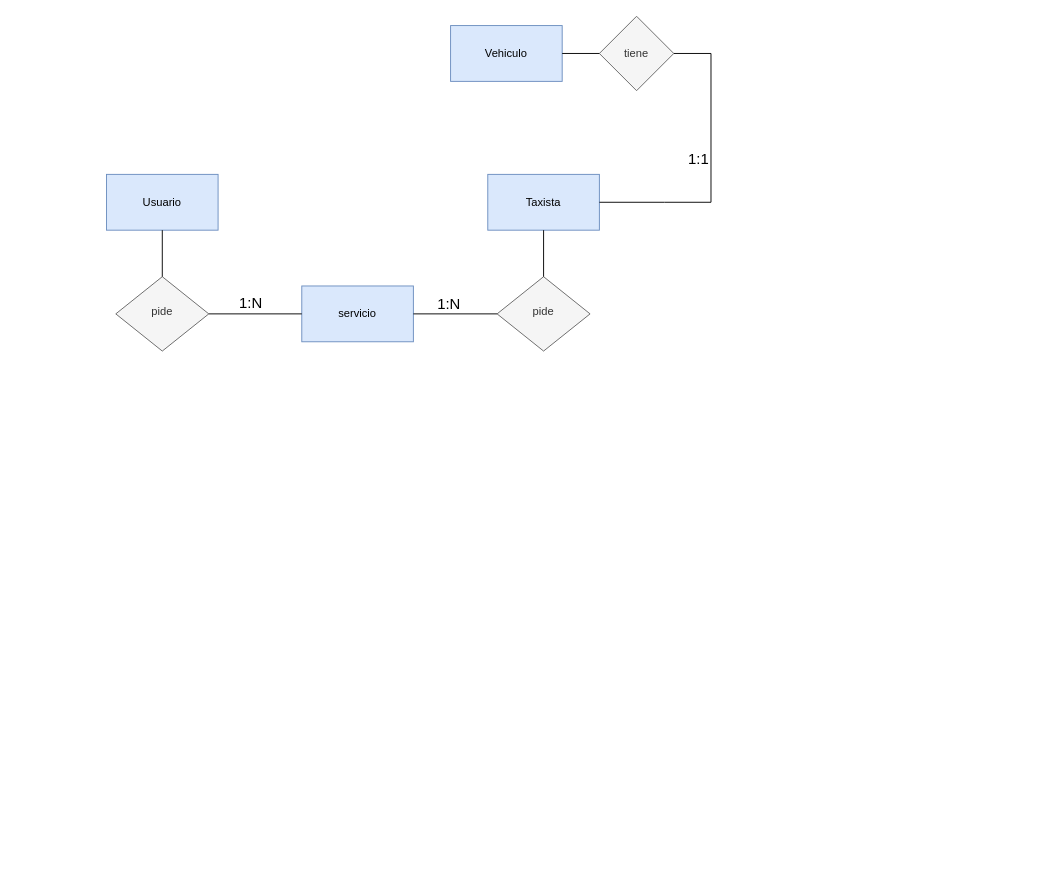
Above: DiagramaBDTaxi.drawio in DavidOrtiz27/proyectosBasicos (draw.io), before the change. Source tidied: cells renumbered, new cells numbered last; positions are measured from the earlier drawing's top-left corner, leaving out a move shared by most shapes. Both pictures are drawn from the tidied source at 93%, with x=0, y=0 at pixel (106, 16).
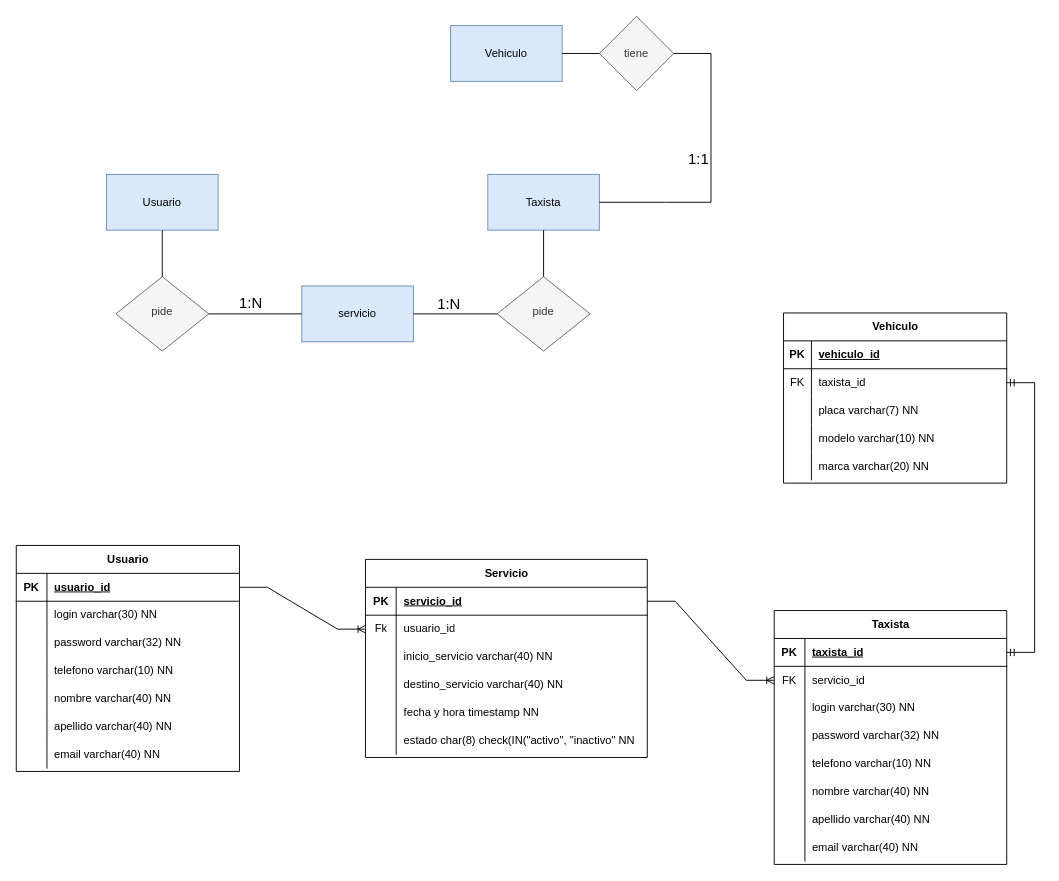
The same page after the edit.

What changed in the source:
```diff
@@
+    <mxCell id="18" value="Usuario" style="shape=table;startSize=30;childLayout=tableLayout;rowLines=0;fontStyle=1;align=center;html=1;" parent="1" vertex="1">
+      <mxGeometry x="-97" y="569" width="240" height="243" as="geometry" />
+    </mxCell>
+    <mxCell id="19" style="shape=tableRow;horizontal=0;startSize=0;swimlaneHead=0;swimlaneBody=0;fillColor=none;points=[[0,0.5],[1,0.5]];portConstraint=eastwest;top=0;left=0;right=0;bottom=1;" parent="18" vertex="1">
+      <mxGeometry y="30" width="240" height="30" as="geometry" />
+    </mxCell>
+    <mxCell id="20" value="PK" style="shape=partialRectangle;fillColor=none;top=0;left=0;bottom=0;right=0;fontStyle=1;overflow=hidden;whiteSpace=wrap;html=1;" parent="19" vertex="1">
+      <mxGeometry width="33" height="30" as="geometry" />
+    </mxCell>
+    <mxCell id="21" value="usuario_id" style="shape=partialRectangle;fillColor=none;top=0;left=0;bottom=0;right=0;align=left;spacingLeft=6;fontStyle=5;overflow=hidden;whiteSpace=wrap;html=1;" parent="19" vertex="1">
+      <mxGeometry x="33" width="207" height="30" as="geometry" />
+    </mxCell>
+    <mxCell id="22" style="shape=tableRow;horizontal=0;startSize=0;swimlaneHead=0;swimlaneBody=0;fillColor=none;top=0;left=0;right=0;bottom=0;" parent="18" vertex="1">
+      <mxGeometry y="60" width="240" height="30" as="geometry" />
+    </mxCell>
+    <mxCell id="23" style="shape=partialRectangle;fillColor=none;top=0;left=0;bottom=0;right=0;overflow=hidden;whiteSpace=wrap;html=1;" parent="22" vertex="1">
+      <mxGeometry width="33" height="30" as="geometry" />
+    </mxCell>
+    <mxCell id="24" value="login varchar(30) NN" style="shape=partialRectangle;fillColor=none;top=0;left=0;bottom=0;right=0;align=left;spacingLeft=6;overflow=hidden;whiteSpace=wrap;html=1;" parent="22" vertex="1">
+      <mxGeometry x="33" width="207" height="30" as="geometry" />
+    </mxCell>
+    <mxCell id="25" style="shape=tableRow;horizontal=0;startSize=0;swimlaneHead=0;swimlaneBody=0;fillColor=none;top=0;left=0;right=0;bottom=0;" parent="18" vertex="1">
+      <mxGeometry y="90" width="240" height="30" as="geometry" />
+    </mxCell>
+    <mxCell id="26" style="shape=partialRectangle;fillColor=none;top=0;left=0;bottom=0;right=0;overflow=hidden;whiteSpace=wrap;html=1;" parent="25" vertex="1">
+      <mxGeometry width="33" height="30" as="geometry" />
+    </mxCell>
+    <mxCell id="27" value="password varchar(32) NN" style="shape=partialRectangle;fillColor=none;top=0;left=0;bottom=0;right=0;align=left;spacingLeft=6;overflow=hidden;whiteSpace=wrap;html=1;" parent="25" vertex="1">
+      <mxGeometry x="33" width="207" height="30" as="geometry" />
+    </mxCell>
+    <mxCell id="28" style="shape=tableRow;horizontal=0;startSize=0;swimlaneHead=0;swimlaneBody=0;fillColor=none;top=0;left=0;right=0;bottom=0;" parent="18" vertex="1">
+      <mxGeometry y="120" width="240" height="30" as="geometry" />
+    </mxCell>
+    <mxCell id="29" style="shape=partialRectangle;fillColor=none;top=0;left=0;bottom=0;right=0;overflow=hidden;whiteSpace=wrap;html=1;" parent="28" vertex="1">
+      <mxGeometry width="33" height="30" as="geometry" />
+    </mxCell>
+    <mxCell id="30" value="telefono varchar(10) NN" style="shape=partialRectangle;fillColor=none;top=0;left=0;bottom=0;right=0;align=left;spacingLeft=6;overflow=hidden;whiteSpace=wrap;html=1;" parent="28" vertex="1">
+      <mxGeometry x="33" width="207" height="30" as="geometry" />
+    </mxCell>
+    <mxCell id="31" style="shape=tableRow;horizontal=0;startSize=0;swimlaneHead=0;swimlaneBody=0;fillColor=none;top=0;left=0;right=0;bottom=0;" parent="18" vertex="1">
+      <mxGeometry y="150" width="240" height="30" as="geometry" />
+    </mxCell>
+    <mxCell id="32" style="shape=partialRectangle;fillColor=none;top=0;left=0;bottom=0;right=0;overflow=hidden;whiteSpace=wrap;html=1;" parent="31" vertex="1">
+      <mxGeometry width="33" height="30" as="geometry" />
+    </mxCell>
+    <mxCell id="33" value="nombre varchar(40) NN" style="shape=partialRectangle;fillColor=none;top=0;left=0;bottom=0;right=0;align=left;spacingLeft=6;overflow=hidden;whiteSpace=wrap;html=1;" parent="31" vertex="1">
+      <mxGeometry x="33" width="207" height="30" as="geometry" />
+    </mxCell>
+    <mxCell id="34" style="shape=tableRow;horizontal=0;startSize=0;swimlaneHead=0;swimlaneBody=0;fillColor=none;top=0;left=0;right=0;bottom=0;" parent="18" vertex="1">
+      <mxGeometry y="180" width="240" height="30" as="geometry" />
+    </mxCell>
+    <mxCell id="35" style="shape=partialRectangle;fillColor=none;top=0;left=0;bottom=0;right=0;overflow=hidden;whiteSpace=wrap;html=1;" parent="34" vertex="1">
+      <mxGeometry width="33" height="30" as="geometry" />
+    </mxCell>
+    <mxCell id="36" value="apellido varchar(40) NN" style="shape=partialRectangle;fillColor=none;top=0;left=0;bottom=0;right=0;align=left;spacingLeft=6;overflow=hidden;whiteSpace=wrap;html=1;" parent="34" vertex="1">
+      <mxGeometry x="33" width="207" height="30" as="geometry" />
+    </mxCell>
+    <mxCell id="37" style="shape=tableRow;horizontal=0;startSize=0;swimlaneHead=0;swimlaneBody=0;fillColor=none;top=0;left=0;right=0;bottom=0;" parent="18" vertex="1">
+      <mxGeometry y="210" width="240" height="30" as="geometry" />
+    </mxCell>
+    <mxCell id="38" style="shape=partialRectangle;fillColor=none;top=0;left=0;bottom=0;right=0;overflow=hidden;whiteSpace=wrap;html=1;" parent="37" vertex="1">
+      <mxGeometry width="33" height="30" as="geometry" />
+    </mxCell>
+    <mxCell id="39" value="email varchar(40) NN" style="shape=partialRectangle;fillColor=none;top=0;left=0;bottom=0;right=0;align=left;spacingLeft=6;overflow=hidden;whiteSpace=wrap;html=1;" parent="37" vertex="1">
+      <mxGeometry x="33" width="207" height="30" as="geometry" />
+    </mxCell>
+    <mxCell id="40" style="shape=tableRow;horizontal=0;startSize=0;swimlaneHead=0;swimlaneBody=0;fillColor=none;top=0;left=0;right=0;bottom=0;" parent="1" vertex="1">
+      <mxGeometry x="-47" y="669" width="240" height="30" as="geometry" />
+    </mxCell>
+    <mxCell id="41" style="shape=partialRectangle;fillColor=none;top=0;left=0;bottom=0;right=0;overflow=hidden;whiteSpace=wrap;html=1;" parent="40" vertex="1">
+      <mxGeometry width="33" height="30" as="geometry" />
+    </mxCell>
+    <mxCell id="42" value="Taxista" style="shape=table;startSize=30;childLayout=tableLayout;rowLines=0;fontStyle=1;align=center;html=1;" parent="1" vertex="1">
+      <mxGeometry x="718" y="639" width="250" height="273" as="geometry" />
+    </mxCell>
+    <mxCell id="43" style="shape=tableRow;horizontal=0;startSize=0;swimlaneHead=0;swimlaneBody=0;fillColor=none;points=[[0,0.5],[1,0.5]];portConstraint=eastwest;top=0;left=0;right=0;bottom=1;" parent="42" vertex="1">
+      <mxGeometry y="30" width="250" height="30" as="geometry" />
+    </mxCell>
+    <mxCell id="44" value="PK" style="shape=partialRectangle;fillColor=none;top=0;left=0;bottom=0;right=0;fontStyle=1;overflow=hidden;whiteSpace=wrap;html=1;" parent="43" vertex="1">
+      <mxGeometry width="33" height="30" as="geometry" />
+    </mxCell>
+    <mxCell id="45" value="taxista_id" style="shape=partialRectangle;fillColor=none;top=0;left=0;bottom=0;right=0;align=left;spacingLeft=6;fontStyle=5;overflow=hidden;whiteSpace=wrap;html=1;" parent="43" vertex="1">
+      <mxGeometry x="33" width="217" height="30" as="geometry" />
+    </mxCell>
+    <mxCell id="46" style="shape=tableRow;horizontal=0;startSize=0;swimlaneHead=0;swimlaneBody=0;fillColor=none;points=[[0,0.5],[1,0.5]];portConstraint=eastwest;top=0;left=0;right=0;bottom=0;" parent="42" vertex="1">
+      <mxGeometry y="60" width="250" height="30" as="geometry" />
+    </mxCell>
+    <mxCell id="47" value="FK" style="shape=partialRectangle;fillColor=none;top=0;left=0;bottom=0;right=0;overflow=hidden;whiteSpace=wrap;html=1;" parent="46" vertex="1">
+      <mxGeometry width="33" height="30" as="geometry" />
+    </mxCell>
+    <mxCell id="48" value="servicio_id&amp;nbsp;" style="shape=partialRectangle;fillColor=none;top=0;left=0;bottom=0;right=0;align=left;spacingLeft=6;overflow=hidden;whiteSpace=wrap;html=1;" parent="46" vertex="1">
+      <mxGeometry x="33" width="217" height="30" as="geometry" />
+    </mxCell>
+    <mxCell id="49" style="shape=tableRow;horizontal=0;startSize=0;swimlaneHead=0;swimlaneBody=0;fillColor=none;top=0;left=0;right=0;bottom=0;" parent="42" vertex="1">
+      <mxGeometry y="90" width="250" height="30" as="geometry" />
+    </mxCell>
+    <mxCell id="50" style="shape=partialRectangle;fillColor=none;top=0;left=0;bottom=0;right=0;overflow=hidden;whiteSpace=wrap;html=1;" parent="49" vertex="1">
+      <mxGeometry width="33" height="30" as="geometry" />
+    </mxCell>
+    <mxCell id="51" value="login varchar(30) NN" style="shape=partialRectangle;fillColor=none;top=0;left=0;bottom=0;right=0;align=left;spacingLeft=6;overflow=hidden;whiteSpace=wrap;html=1;" parent="49" vertex="1">
+      <mxGeometry x="33" width="217" height="30" as="geometry" />
+    </mxCell>
+    <mxCell id="52" style="shape=tableRow;horizontal=0;startSize=0;swimlaneHead=0;swimlaneBody=0;fillColor=none;top=0;left=0;right=0;bottom=0;" parent="42" vertex="1">
+      <mxGeometry y="120" width="250" height="30" as="geometry" />
+    </mxCell>
+    <mxCell id="53" style="shape=partialRectangle;fillColor=none;top=0;left=0;bottom=0;right=0;overflow=hidden;whiteSpace=wrap;html=1;" parent="52" vertex="1">
+      <mxGeometry width="33" height="30" as="geometry" />
+    </mxCell>
+    <mxCell id="54" value="password varchar(32) NN" style="shape=partialRectangle;fillColor=none;top=0;left=0;bottom=0;right=0;align=left;spacingLeft=6;overflow=hidden;whiteSpace=wrap;html=1;" parent="52" vertex="1">
+      <mxGeometry x="33" width="217" height="30" as="geometry" />
+    </mxCell>
+    <mxCell id="55" style="shape=tableRow;horizontal=0;startSize=0;swimlaneHead=0;swimlaneBody=0;fillColor=none;top=0;left=0;right=0;bottom=0;" parent="42" vertex="1">
+      <mxGeometry y="150" width="250" height="30" as="geometry" />
+    </mxCell>
+    <mxCell id="56" style="shape=partialRectangle;fillColor=none;top=0;left=0;bottom=0;right=0;overflow=hidden;whiteSpace=wrap;html=1;" parent="55" vertex="1">
+      <mxGeometry width="33" height="30" as="geometry" />
+    </mxCell>
+    <mxCell id="57" value="telefono varchar(10) NN" style="shape=partialRectangle;fillColor=none;top=0;left=0;bottom=0;right=0;align=left;spacingLeft=6;overflow=hidden;whiteSpace=wrap;html=1;" parent="55" vertex="1">
+      <mxGeometry x="33" width="217" height="30" as="geometry" />
+    </mxCell>
+    <mxCell id="58" style="shape=tableRow;horizontal=0;startSize=0;swimlaneHead=0;swimlaneBody=0;fillColor=none;top=0;left=0;right=0;bottom=0;" parent="42" vertex="1">
+      <mxGeometry y="180" width="250" height="30" as="geometry" />
+    </mxCell>
+    <mxCell id="59" style="shape=partialRectangle;fillColor=none;top=0;left=0;bottom=0;right=0;overflow=hidden;whiteSpace=wrap;html=1;" parent="58" vertex="1">
+      <mxGeometry width="33" height="30" as="geometry" />
+    </mxCell>
+    <mxCell id="60" value="nombre varchar(40) NN" style="shape=partialRectangle;fillColor=none;top=0;left=0;bottom=0;right=0;align=left;spacingLeft=6;overflow=hidden;whiteSpace=wrap;html=1;" parent="58" vertex="1">
+      <mxGeometry x="33" width="217" height="30" as="geometry" />
+    </mxCell>
+    <mxCell id="61" style="shape=tableRow;horizontal=0;startSize=0;swimlaneHead=0;swimlaneBody=0;fillColor=none;top=0;left=0;right=0;bottom=0;" parent="42" vertex="1">
+      <mxGeometry y="210" width="250" height="30" as="geometry" />
+    </mxCell>
+    <mxCell id="62" style="shape=partialRectangle;fillColor=none;top=0;left=0;bottom=0;right=0;overflow=hidden;whiteSpace=wrap;html=1;" parent="61" vertex="1">
+      <mxGeometry width="33" height="30" as="geometry" />
+    </mxCell>
+    <mxCell id="63" value="apellido varchar(40) NN" style="shape=partialRectangle;fillColor=none;top=0;left=0;bottom=0;right=0;align=left;spacingLeft=6;overflow=hidden;whiteSpace=wrap;html=1;" parent="61" vertex="1">
+      <mxGeometry x="33" width="217" height="30" as="geometry" />
+    </mxCell>
+    <mxCell id="64" style="shape=tableRow;horizontal=0;startSize=0;swimlaneHead=0;swimlaneBody=0;fillColor=none;top=0;left=0;right=0;bottom=0;" parent="42" vertex="1">
+      <mxGeometry y="240" width="250" height="30" as="geometry" />
+    </mxCell>
+    <mxCell id="65" style="shape=partialRectangle;fillColor=none;top=0;left=0;bottom=0;right=0;overflow=hidden;whiteSpace=wrap;html=1;" parent="64" vertex="1">
+      <mxGeometry width="33" height="30" as="geometry" />
+    </mxCell>
+    <mxCell id="66" value="email varchar(40) NN" style="shape=partialRectangle;fillColor=none;top=0;left=0;bottom=0;right=0;align=left;spacingLeft=6;overflow=hidden;whiteSpace=wrap;html=1;" parent="64" vertex="1">
+      <mxGeometry x="33" width="217" height="30" as="geometry" />
+    </mxCell>
+    <mxCell id="67" value="Vehiculo" style="shape=table;startSize=30;childLayout=tableLayout;rowLines=0;fontStyle=1;align=center;html=1;" parent="1" vertex="1">
+      <mxGeometry x="728" y="319" width="240" height="183" as="geometry" />
+    </mxCell>
+    <mxCell id="68" style="shape=tableRow;horizontal=0;startSize=0;swimlaneHead=0;swimlaneBody=0;fillColor=none;top=0;left=0;right=0;bottom=1;" parent="67" vertex="1">
+      <mxGeometry y="30" width="240" height="30" as="geometry" />
+    </mxCell>
+    <mxCell id="69" value="PK" style="shape=partialRectangle;fillColor=none;top=0;left=0;bottom=0;right=0;fontStyle=1;overflow=hidden;whiteSpace=wrap;html=1;" parent="68" vertex="1">
+      <mxGeometry width="30" height="30" as="geometry" />
+    </mxCell>
+    <mxCell id="70" value="vehiculo_id" style="shape=partialRectangle;fillColor=none;top=0;left=0;bottom=0;right=0;align=left;spacingLeft=6;fontStyle=5;overflow=hidden;whiteSpace=wrap;html=1;" parent="68" vertex="1">
+      <mxGeometry x="30" width="210" height="30" as="geometry" />
+    </mxCell>
+    <mxCell id="71" style="shape=tableRow;horizontal=0;startSize=0;swimlaneHead=0;swimlaneBody=0;fillColor=none;points=[[0,0.5],[1,0.5]];portConstraint=eastwest;top=0;left=0;right=0;bottom=0;" parent="67" vertex="1">
+      <mxGeometry y="60" width="240" height="30" as="geometry" />
+    </mxCell>
+    <mxCell id="72" value="FK" style="shape=partialRectangle;fillColor=none;top=0;left=0;bottom=0;right=0;overflow=hidden;whiteSpace=wrap;html=1;" parent="71" vertex="1">
+      <mxGeometry width="30" height="30" as="geometry" />
+    </mxCell>
+    <mxCell id="73" value="taxista_id&amp;nbsp;" style="shape=partialRectangle;fillColor=none;top=0;left=0;bottom=0;right=0;align=left;spacingLeft=6;overflow=hidden;whiteSpace=wrap;html=1;" parent="71" vertex="1">
+      <mxGeometry x="30" width="210" height="30" as="geometry" />
+    </mxCell>
+    <mxCell id="74" style="shape=tableRow;horizontal=0;startSize=0;swimlaneHead=0;swimlaneBody=0;fillColor=none;top=0;left=0;right=0;bottom=0;" parent="67" vertex="1">
+      <mxGeometry y="90" width="240" height="30" as="geometry" />
+    </mxCell>
+    <mxCell id="75" style="shape=partialRectangle;fillColor=none;top=0;left=0;bottom=0;right=0;overflow=hidden;whiteSpace=wrap;html=1;" parent="74" vertex="1">
+      <mxGeometry width="30" height="30" as="geometry" />
+    </mxCell>
+    <mxCell id="76" value="placa varchar(7) NN" style="shape=partialRectangle;fillColor=none;top=0;left=0;bottom=0;right=0;align=left;spacingLeft=6;overflow=hidden;whiteSpace=wrap;html=1;" parent="74" vertex="1">
+      <mxGeometry x="30" width="210" height="30" as="geometry" />
+    </mxCell>
+    <mxCell id="77" style="shape=tableRow;horizontal=0;startSize=0;swimlaneHead=0;swimlaneBody=0;fillColor=none;top=0;left=0;right=0;bottom=0;" parent="67" vertex="1">
+      <mxGeometry y="120" width="240" height="30" as="geometry" />
+    </mxCell>
+    <mxCell id="78" style="shape=partialRectangle;fillColor=none;top=0;left=0;bottom=0;right=0;overflow=hidden;whiteSpace=wrap;html=1;" parent="77" vertex="1">
+      <mxGeometry width="30" height="30" as="geometry" />
+    </mxCell>
+    <mxCell id="79" value="modelo varchar(10) NN" style="shape=partialRectangle;fillColor=none;top=0;left=0;bottom=0;right=0;align=left;spacingLeft=6;overflow=hidden;whiteSpace=wrap;html=1;" parent="77" vertex="1">
+      <mxGeometry x="30" width="210" height="30" as="geometry" />
+    </mxCell>
+    <mxCell id="80" style="shape=tableRow;horizontal=0;startSize=0;swimlaneHead=0;swimlaneBody=0;fillColor=none;top=0;left=0;right=0;bottom=0;" parent="67" vertex="1">
+      <mxGeometry y="150" width="240" height="30" as="geometry" />
+    </mxCell>
+    <mxCell id="81" style="shape=partialRectangle;fillColor=none;top=0;left=0;bottom=0;right=0;overflow=hidden;whiteSpace=wrap;html=1;" parent="80" vertex="1">
+      <mxGeometry width="30" height="30" as="geometry" />
+    </mxCell>
+    <mxCell id="82" value="marca varchar(20) NN" style="shape=partialRectangle;fillColor=none;top=0;left=0;bottom=0;right=0;align=left;spacingLeft=6;overflow=hidden;whiteSpace=wrap;html=1;" parent="80" vertex="1">
+      <mxGeometry x="30" width="210" height="30" as="geometry" />
+    </mxCell>
+    <mxCell id="83" value="Servicio" style="shape=table;startSize=30;childLayout=tableLayout;rowLines=0;fontStyle=1;align=center;html=1;" parent="1" vertex="1">
+      <mxGeometry x="278.5" y="584" width="303" height="213" as="geometry" />
+    </mxCell>
+    <mxCell id="84" style="shape=tableRow;horizontal=0;startSize=0;swimlaneHead=0;swimlaneBody=0;fillColor=none;points=[[0,0.5],[1,0.5]];portConstraint=eastwest;top=0;left=0;right=0;bottom=1;" parent="83" vertex="1">
+      <mxGeometry y="30" width="303" height="30" as="geometry" />
+    </mxCell>
+    <mxCell id="85" value="PK" style="shape=partialRectangle;fillColor=none;top=0;left=0;bottom=0;right=0;fontStyle=1;overflow=hidden;whiteSpace=wrap;html=1;" parent="84" vertex="1">
+      <mxGeometry width="33" height="30" as="geometry" />
+    </mxCell>
+    <mxCell id="86" value="servicio_id" style="shape=partialRectangle;fillColor=none;top=0;left=0;bottom=0;right=0;align=left;spacingLeft=6;fontStyle=5;overflow=hidden;whiteSpace=wrap;html=1;" parent="84" vertex="1">
+      <mxGeometry x="33" width="270" height="30" as="geometry" />
+    </mxCell>
+    <mxCell id="87" style="shape=tableRow;horizontal=0;startSize=0;swimlaneHead=0;swimlaneBody=0;fillColor=none;points=[[0,0.5],[1,0.5]];portConstraint=eastwest;top=0;left=0;right=0;bottom=0;" parent="83" vertex="1">
+      <mxGeometry y="60" width="303" height="30" as="geometry" />
+    </mxCell>
+    <mxCell id="88" value="Fk" style="shape=partialRectangle;fillColor=none;top=0;left=0;bottom=0;right=0;overflow=hidden;whiteSpace=wrap;html=1;" parent="87" vertex="1">
+      <mxGeometry width="33" height="30" as="geometry" />
+    </mxCell>
+    <mxCell id="89" value="usuario_id" style="shape=partialRectangle;fillColor=none;top=0;left=0;bottom=0;right=0;align=left;spacingLeft=6;overflow=hidden;whiteSpace=wrap;html=1;" parent="87" vertex="1">
+      <mxGeometry x="33" width="270" height="30" as="geometry" />
+    </mxCell>
+    <mxCell id="90" style="shape=tableRow;horizontal=0;startSize=0;swimlaneHead=0;swimlaneBody=0;fillColor=none;top=0;left=0;right=0;bottom=0;" parent="83" vertex="1">
+      <mxGeometry y="90" width="303" height="30" as="geometry" />
+    </mxCell>
+    <mxCell id="91" style="shape=partialRectangle;fillColor=none;top=0;left=0;bottom=0;right=0;overflow=hidden;whiteSpace=wrap;html=1;" parent="90" vertex="1">
+      <mxGeometry width="33" height="30" as="geometry" />
+    </mxCell>
+    <mxCell id="92" value="inicio_servicio varchar(40) NN" style="shape=partialRectangle;fillColor=none;top=0;left=0;bottom=0;right=0;align=left;spacingLeft=6;overflow=hidden;whiteSpace=wrap;html=1;" parent="90" vertex="1">
+      <mxGeometry x="33" width="270" height="30" as="geometry" />
+    </mxCell>
+    <mxCell id="93" style="shape=tableRow;horizontal=0;startSize=0;swimlaneHead=0;swimlaneBody=0;fillColor=none;top=0;left=0;right=0;bottom=0;" parent="83" vertex="1">
+      <mxGeometry y="120" width="303" height="30" as="geometry" />
+    </mxCell>
+    <mxCell id="94" style="shape=partialRectangle;fillColor=none;top=0;left=0;bottom=0;right=0;overflow=hidden;whiteSpace=wrap;html=1;" parent="93" vertex="1">
+      <mxGeometry width="33" height="30" as="geometry" />
+    </mxCell>
+    <mxCell id="95" value="destino_servicio varchar(40) NN" style="shape=partialRectangle;fillColor=none;top=0;left=0;bottom=0;right=0;align=left;spacingLeft=6;overflow=hidden;whiteSpace=wrap;html=1;" parent="93" vertex="1">
+      <mxGeometry x="33" width="270" height="30" as="geometry" />
+    </mxCell>
+    <mxCell id="96" style="shape=tableRow;horizontal=0;startSize=0;swimlaneHead=0;swimlaneBody=0;fillColor=none;top=0;left=0;right=0;bottom=0;" parent="83" vertex="1">
+      <mxGeometry y="150" width="303" height="30" as="geometry" />
+    </mxCell>
+    <mxCell id="97" style="shape=partialRectangle;fillColor=none;top=0;left=0;bottom=0;right=0;overflow=hidden;whiteSpace=wrap;html=1;" parent="96" vertex="1">
+      <mxGeometry width="33" height="30" as="geometry" />
+    </mxCell>
+    <mxCell id="98" value="fecha y hora timestamp NN" style="shape=partialRectangle;fillColor=none;top=0;left=0;bottom=0;right=0;align=left;spacingLeft=6;overflow=hidden;whiteSpace=wrap;html=1;" parent="96" vertex="1">
+      <mxGeometry x="33" width="270" height="30" as="geometry" />
+    </mxCell>
+    <mxCell id="99" style="shape=tableRow;horizontal=0;startSize=0;swimlaneHead=0;swimlaneBody=0;fillColor=none;top=0;left=0;right=0;bottom=0;" parent="83" vertex="1">
+      <mxGeometry y="180" width="303" height="30" as="geometry" />
+    </mxCell>
+    <mxCell id="100" style="shape=partialRectangle;fillColor=none;top=0;left=0;bottom=0;right=0;overflow=hidden;whiteSpace=wrap;html=1;" parent="99" vertex="1">
+      <mxGeometry width="33" height="30" as="geometry" />
+    </mxCell>
+    <mxCell id="101" value="estado char(8) check(IN(&quot;activo&quot;, &quot;inactivo&quot; NN" style="shape=partialRectangle;fillColor=none;top=0;left=0;bottom=0;right=0;align=left;spacingLeft=6;overflow=hidden;whiteSpace=wrap;html=1;" parent="99" vertex="1">
+      <mxGeometry x="33" width="270" height="30" as="geometry" />
+    </mxCell>
+    <mxCell id="102" style="edgeStyle=entityRelationEdgeStyle;fontSize=12;html=1;endArrow=ERoneToMany;rounded=0;exitX=1;exitY=0.5;exitDx=0;exitDy=0;entryX=0;entryY=0.5;entryDx=0;entryDy=0;" parent="1" edge="1" source="19" target="87">
+      <mxGeometry relative="1" as="geometry" />
+    </mxCell>
+    <mxCell id="103" style="edgeStyle=entityRelationEdgeStyle;fontSize=12;html=1;endArrow=ERoneToMany;rounded=0;exitX=1;exitY=0.5;exitDx=0;exitDy=0;entryX=0;entryY=0.5;entryDx=0;entryDy=0;" parent="1" edge="1" source="84" target="46">
+      <mxGeometry relative="1" as="geometry" />
+    </mxCell>
+    <mxCell id="104" style="edgeStyle=entityRelationEdgeStyle;fontSize=12;html=1;endArrow=ERmandOne;startArrow=ERmandOne;rounded=0;exitX=1;exitY=0.5;exitDx=0;exitDy=0;" parent="1" edge="1" source="43" target="71">
+      <mxGeometry relative="1" as="geometry" />
+    </mxCell>
```
